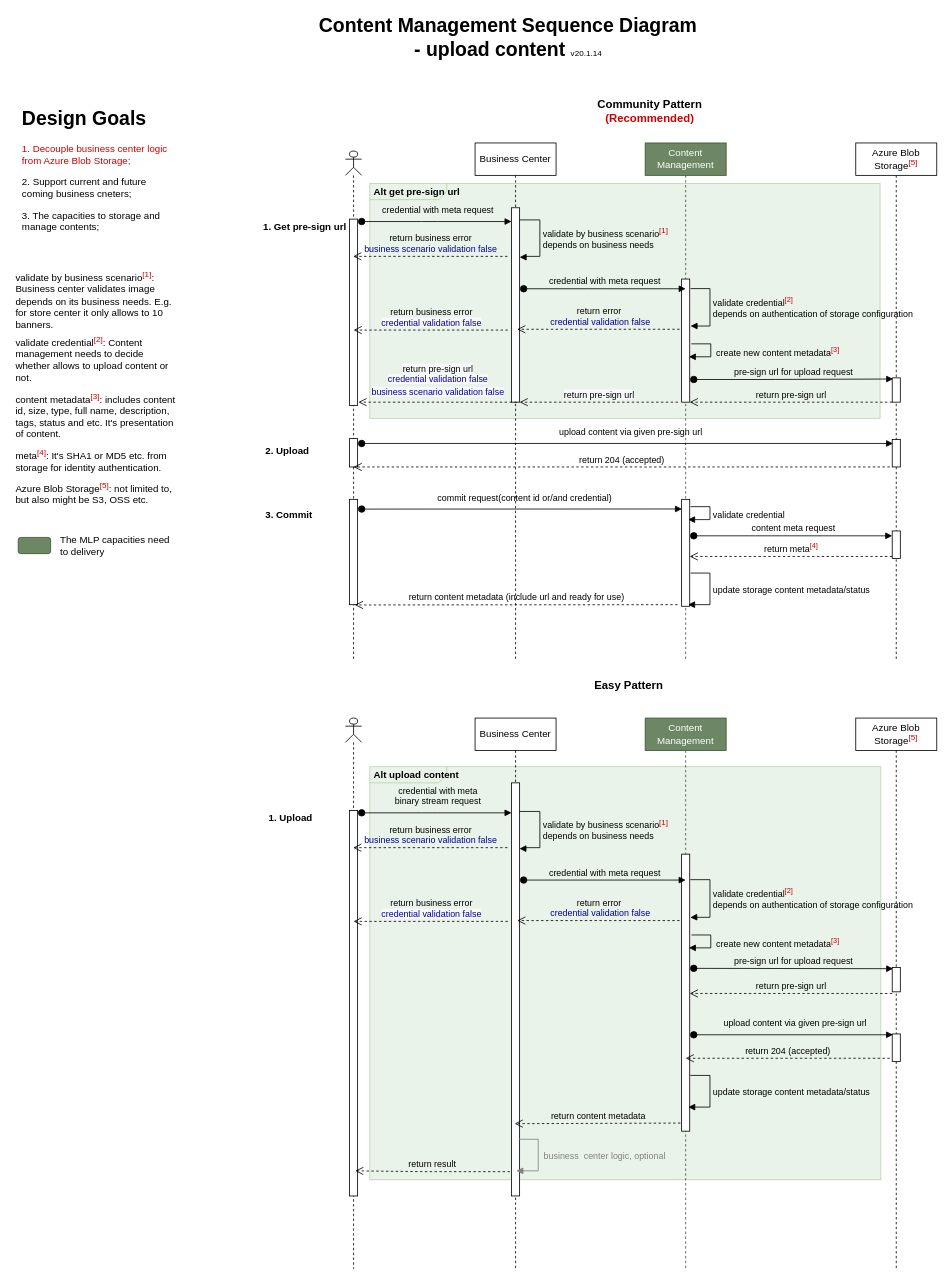
Above: Mid Layer Platform Content Business Flow.drawio in sotheair/designs (draw.io), before the change. Source tidied: cells renumbered, new cells numbered last; positions are measured from the earlier drawing's top-left corner, leaving out a move shared by most shapes. Both pictures are drawn from the tidied source at 81%, with x=0, y=0 at pixel (14, 29).
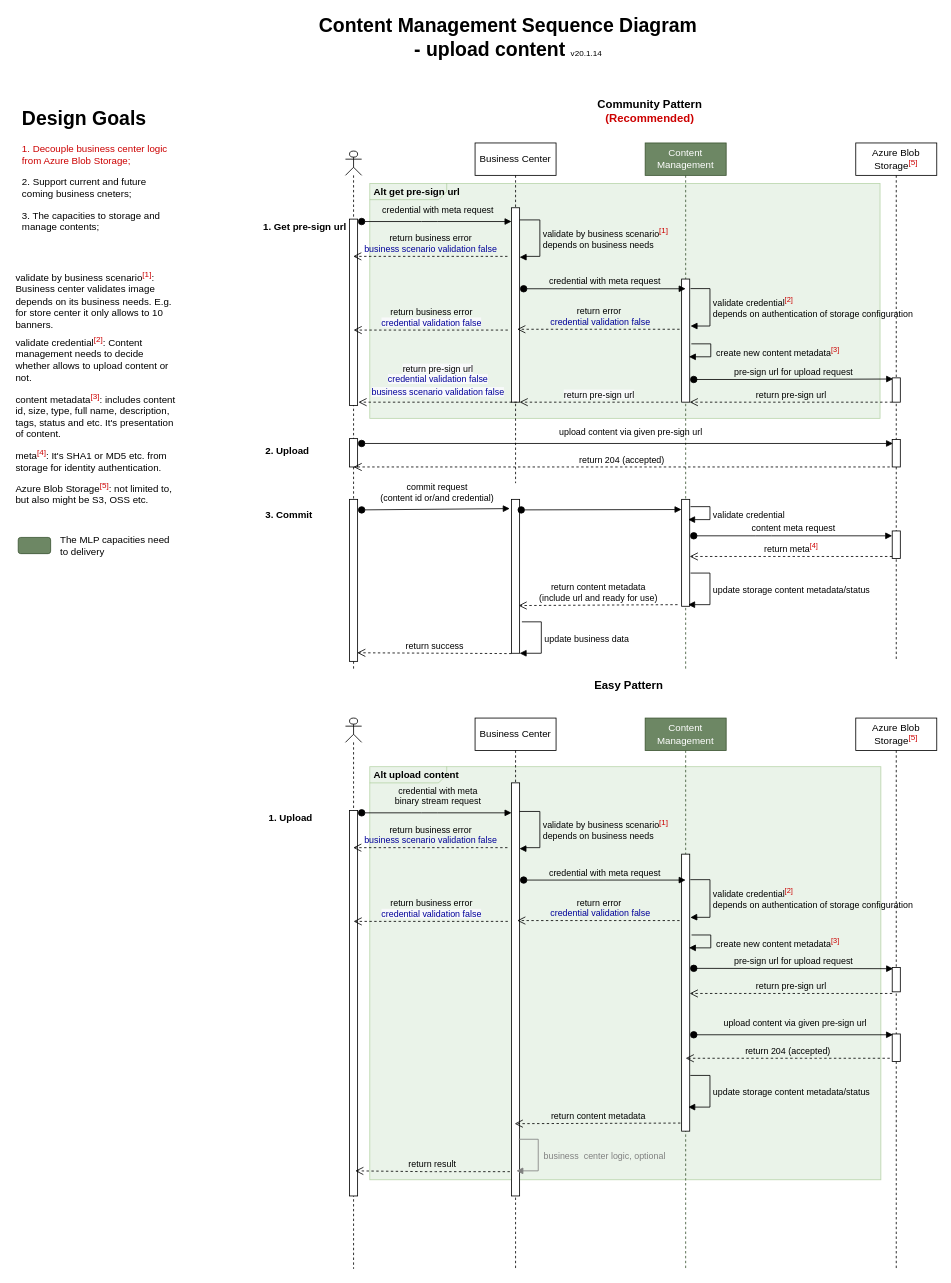
The same diagram, later.

Unchanged cells that the change refers to:
```xml
<mxCell id="33" style="html=1;points=[];perimeter=orthogonalPerimeter;" parent="1" vertex="1">
  <mxGeometry x="824" y="580" width="10" height="132" as="geometry" />
</mxCell>
```

The edit, as a diff of the source:
```diff
@@
     <mxCell id="3" value="Content Management" style="shape=umlLifeline;perimeter=lifelinePerimeter;whiteSpace=wrap;html=1;fillColor=#6d8764;strokeColor=#3A5431;fontColor=#ffffff;" parent="1" vertex="1">
-      <mxGeometry x="779" y="140" width="100" height="640" as="geometry" />
+      <mxGeometry x="779" y="140" width="100" height="650" as="geometry" />
     </mxCell>
@@
     <mxCell id="6" style="shape=umlLifeline;participant=umlActor;perimeter=lifelinePerimeter;whiteSpace=wrap;html=1;verticalAlign=top;spacingTop=36;labelBackgroundColor=#ffffff;outlineConnect=0;size=30;" parent="1" vertex="1">
-      <mxGeometry x="409" y="150" width="20" height="630" as="geometry" />
+      <mxGeometry x="409" y="150" width="20" height="640" as="geometry" />
     </mxCell>
@@
     <mxCell id="8" style="html=1;points=[];perimeter=orthogonalPerimeter;align=left;" parent="6" vertex="1">
-      <mxGeometry x="5" y="430" width="10" height="130" as="geometry" />
+      <mxGeometry x="5" y="430" width="10" height="200" as="geometry" />
     </mxCell>
     <mxCell id="9" value="Business Center" style="shape=umlLifeline;perimeter=lifelinePerimeter;whiteSpace=wrap;html=1;" parent="1" vertex="1">
-      <mxGeometry x="569" y="140" width="100" height="640" as="geometry" />
+      <mxGeometry x="569" y="140" width="100" height="420" as="geometry" />
     </mxCell>
@@
-    <mxCell id="34" value="commit request(content id or/and credential)" style="html=1;verticalAlign=bottom;startArrow=oval;startFill=1;endArrow=block;startSize=8;labelBackgroundColor=none;entryX=0.045;entryY=0.09;entryDx=0;entryDy=0;entryPerimeter=0;" parent="1" edge="1" target="33">
+    <mxCell id="34" value="commit request&lt;br&gt;(content id or/and credential)" style="html=1;verticalAlign=bottom;startArrow=oval;startFill=1;endArrow=block;startSize=8;labelBackgroundColor=none;entryX=-0.215;entryY=0.06;entryDx=0;entryDy=0;entryPerimeter=0;" parent="1" edge="1" target="77">
       <mxGeometry x="0.01" y="5" relative="1" as="geometry">
-        <mxPoint x="429" y="592" as="sourcePoint" />
+        <mxPoint x="429" y="593" as="sourcePoint" />
         <mxPoint x="1" as="offset" />
       </mxGeometry>
     </mxCell>
@@
-    <mxCell id="39" value="return content metadata (include url and ready for use)" style="html=1;verticalAlign=bottom;endArrow=open;dashed=1;endSize=8;labelBackgroundColor=none;entryX=0.655;entryY=1.003;entryDx=0;entryDy=0;entryPerimeter=0;" parent="1" edge="1" target="8">
+    <mxCell id="39" value="return content metadata &lt;br&gt;(include url and ready for use)" style="html=1;verticalAlign=bottom;endArrow=open;dashed=1;endSize=8;labelBackgroundColor=none;entryX=0.868;entryY=0.69;entryDx=0;entryDy=0;entryPerimeter=0;" parent="1" edge="1" target="77">
       <mxGeometry relative="1" as="geometry">
         <mxPoint x="819" y="710" as="sourcePoint" />
       </mxGeometry>
     </mxCell>
@@
+    <mxCell id="77" style="html=1;points=[];perimeter=orthogonalPerimeter;" parent="1" vertex="1">
+      <mxGeometry x="614" y="580" width="10" height="190" as="geometry" />
+    </mxCell>
+    <mxCell id="78" style="html=1;verticalAlign=bottom;startArrow=oval;startFill=1;endArrow=block;startSize=8;labelBackgroundColor=none;entryX=-0.015;entryY=0.095;entryDx=0;entryDy=0;entryPerimeter=0;" parent="1" edge="1" target="33">
+      <mxGeometry x="0.01" y="5" relative="1" as="geometry">
+        <mxPoint x="626" y="593" as="sourcePoint" />
+        <mxPoint x="1" as="offset" />
+      </mxGeometry>
+    </mxCell>
+    <mxCell id="79" value="update business data" style="edgeStyle=orthogonalEdgeStyle;html=1;align=left;spacingLeft=2;endArrow=block;rounded=0;labelBackgroundColor=none;" parent="1" edge="1">
+      <mxGeometry relative="1" as="geometry">
+        <mxPoint x="626.8" y="731.2" as="sourcePoint" />
+        <mxPoint x="624" y="770" as="targetPoint" />
+        <Array as="points">
+          <mxPoint x="650.8" y="731" />
+          <mxPoint x="650.8" y="770" />
+          <mxPoint x="623.8" y="770" />
+        </Array>
+      </mxGeometry>
+    </mxCell>
+    <mxCell id="80" value="return success" style="html=1;verticalAlign=bottom;endArrow=open;dashed=1;endSize=8;labelBackgroundColor=none;entryX=0.945;entryY=0.947;entryDx=0;entryDy=0;entryPerimeter=0;" parent="1" edge="1" target="8">
+      <mxGeometry relative="1" as="geometry">
+        <mxPoint x="614" y="770.4" as="sourcePoint" />
+      </mxGeometry>
+    </mxCell>
```
